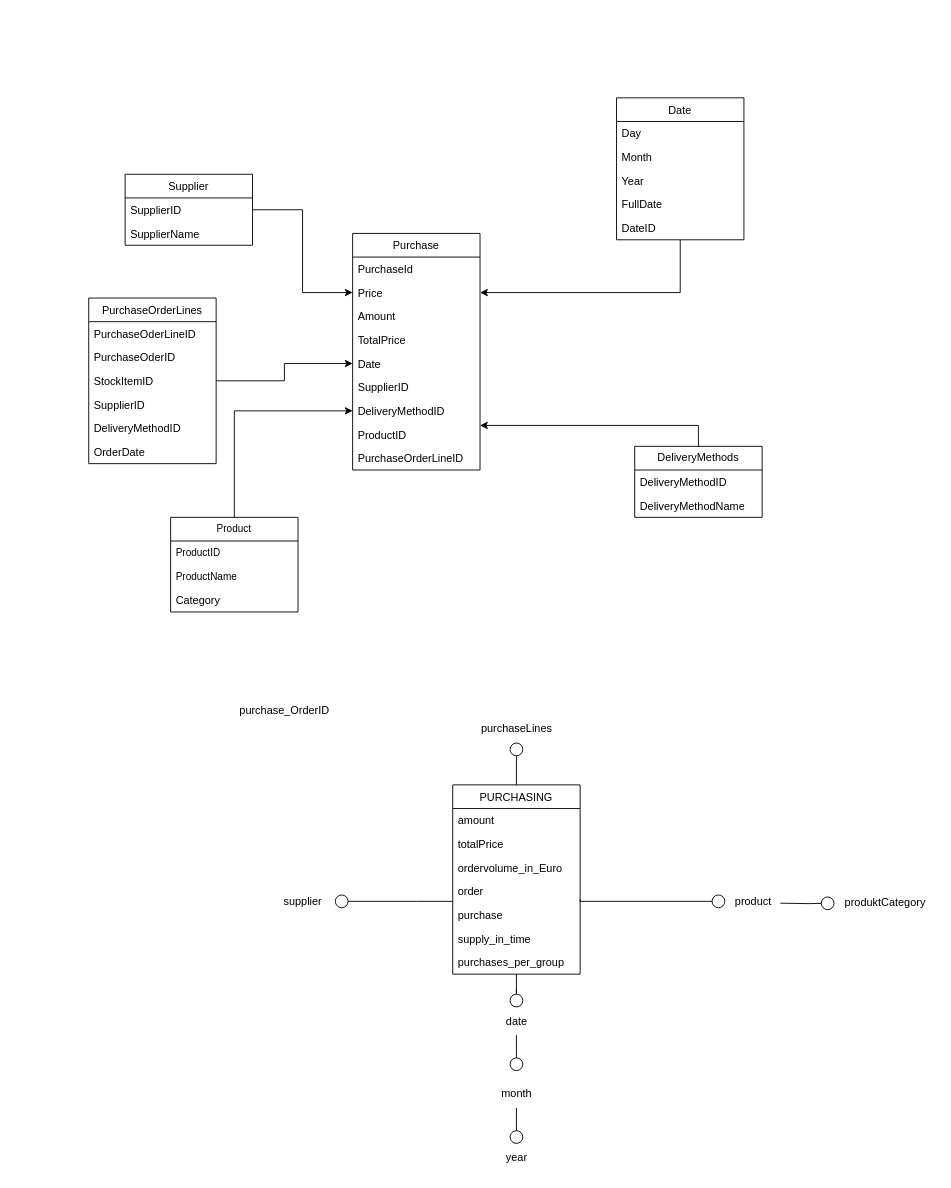
Above: page "Einkauf" (6 of 7) of Datenbankmodell_Abgabe_neu.drawio in Lukas313/PR-DKE (draw.io), before the change. Source tidied: cells renumbered, new cells numbered last; positions are measured from the earlier drawing's top-left corner, leaving out a move shared by most shapes. Both pictures are drawn from the tidied source at 91%, with x=0, y=0 at pixel (88, 97).
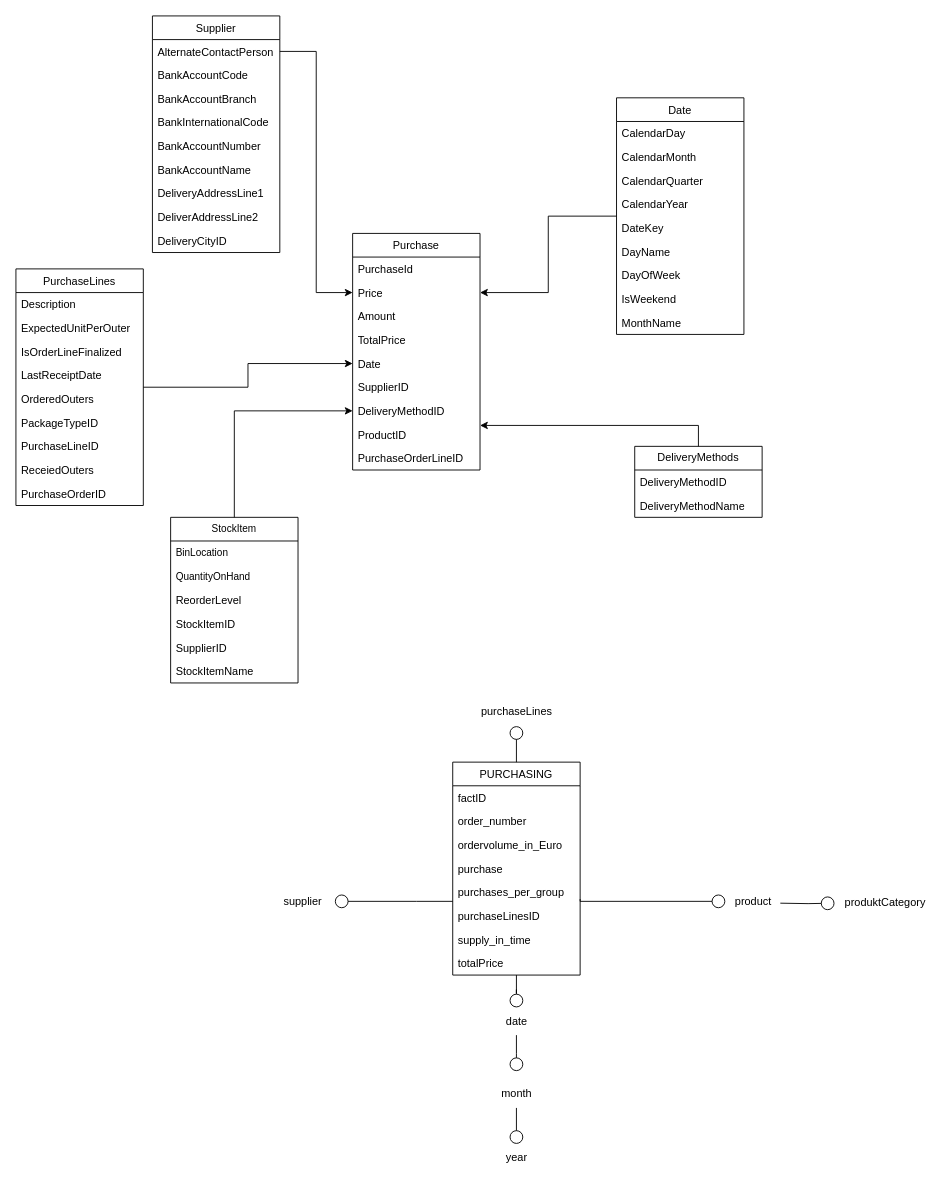
The same page after the edit.

Diff of the diagram source:
```diff
@@
-    <mxCell id="3" value="PurchaseOrderLines" style="swimlane;fontStyle=0;horizontal=1;startSize=26;fillColor=none;" parent="1" vertex="1">
-      <mxGeometry y="220" width="140" height="182" as="geometry" />
+    <mxCell id="3" value="PurchaseLines" style="swimlane;fontStyle=0;horizontal=1;startSize=26;fillColor=none;" parent="1" vertex="1">
+      <mxGeometry x="-80" y="188" width="140" height="260" as="geometry" />
     </mxCell>
-    <mxCell id="4" value="PurchaseOderLineID" style="text;strokeColor=none;fillColor=none;align=left;verticalAlign=top;spacingLeft=4;spacingRight=4;overflow=hidden;" parent="3" vertex="1">
+    <mxCell id="4" value="Description" style="text;strokeColor=none;fillColor=none;align=left;verticalAlign=top;spacingLeft=4;spacingRight=4;overflow=hidden;" parent="3" vertex="1">
       <mxGeometry y="26" width="140" height="26" as="geometry" />
     </mxCell>
-    <mxCell id="5" value="PurchaseOderID" style="text;strokeColor=none;fillColor=none;align=left;verticalAlign=top;spacingLeft=4;spacingRight=4;overflow=hidden;" parent="3" vertex="1">
+    <mxCell id="5" value="ExpectedUnitPerOuter" style="text;strokeColor=none;fillColor=none;align=left;verticalAlign=top;spacingLeft=4;spacingRight=4;overflow=hidden;" parent="3" vertex="1">
       <mxGeometry y="52" width="140" height="26" as="geometry" />
     </mxCell>
-    <mxCell id="6" value="StockItemID" style="text;strokeColor=none;fillColor=none;align=left;verticalAlign=top;spacingLeft=4;spacingRight=4;overflow=hidden;" parent="3" vertex="1">
+    <mxCell id="6" value="IsOrderLineFinalized" style="text;strokeColor=none;fillColor=none;align=left;verticalAlign=top;spacingLeft=4;spacingRight=4;overflow=hidden;" parent="3" vertex="1">
       <mxGeometry y="78" width="140" height="26" as="geometry" />
     </mxCell>
-    <mxCell id="7" value="SupplierID" style="text;strokeColor=none;fillColor=none;align=left;verticalAlign=top;spacingLeft=4;spacingRight=4;overflow=hidden;" parent="3" vertex="1">
+    <mxCell id="7" value="LastReceiptDate" style="text;strokeColor=none;fillColor=none;align=left;verticalAlign=top;spacingLeft=4;spacingRight=4;overflow=hidden;" parent="3" vertex="1">
       <mxGeometry y="104" width="140" height="26" as="geometry" />
     </mxCell>
-    <mxCell id="8" value="DeliveryMethodID" style="text;strokeColor=none;fillColor=none;align=left;verticalAlign=top;spacingLeft=4;spacingRight=4;overflow=hidden;" parent="3" vertex="1">
+    <mxCell id="8" value="OrderedOuters" style="text;strokeColor=none;fillColor=none;align=left;verticalAlign=top;spacingLeft=4;spacingRight=4;overflow=hidden;" parent="3" vertex="1">
       <mxGeometry y="130" width="140" height="26" as="geometry" />
     </mxCell>
-    <mxCell id="9" value="OrderDate" style="text;strokeColor=none;fillColor=none;align=left;verticalAlign=top;spacingLeft=4;spacingRight=4;overflow=hidden;" parent="3" vertex="1">
+    <mxCell id="9" value="PackageTypeID" style="text;strokeColor=none;fillColor=none;align=left;verticalAlign=top;spacingLeft=4;spacingRight=4;overflow=hidden;" parent="3" vertex="1">
       <mxGeometry y="156" width="140" height="26" as="geometry" />
     </mxCell>
+    <mxCell id="63" value="PurchaseLineID" style="text;strokeColor=none;fillColor=none;align=left;verticalAlign=top;spacingLeft=4;spacingRight=4;overflow=hidden;" parent="3" vertex="1">
+      <mxGeometry y="182" width="140" height="26" as="geometry" />
+    </mxCell>
+    <mxCell id="64" value="ReceiedOuters" style="text;strokeColor=none;fillColor=none;align=left;verticalAlign=top;spacingLeft=4;spacingRight=4;overflow=hidden;" parent="3" vertex="1">
+      <mxGeometry y="208" width="140" height="26" as="geometry" />
+    </mxCell>
+    <mxCell id="65" value="PurchaseOrderID" style="text;strokeColor=none;fillColor=none;align=left;verticalAlign=top;spacingLeft=4;spacingRight=4;overflow=hidden;" parent="3" vertex="1">
+      <mxGeometry y="234" width="140" height="26" as="geometry" />
+    </mxCell>
     <mxCell id="10" value="Supplier" style="swimlane;fontStyle=0;horizontal=1;startSize=26;fillColor=none;" parent="1" vertex="1">
-      <mxGeometry x="40" y="84" width="140" height="78" as="geometry" />
+      <mxGeometry x="70" y="-90" width="140" height="260" as="geometry" />
     </mxCell>
-    <mxCell id="11" value="SupplierID" style="text;strokeColor=none;fillColor=none;align=left;verticalAlign=top;spacingLeft=4;spacingRight=4;overflow=hidden;points=[[0,0.5],[1,0.5]];portConstraint=eastwest;" parent="10" vertex="1">
+    <mxCell id="11" value="AlternateContactPerson" style="text;strokeColor=none;fillColor=none;align=left;verticalAlign=top;spacingLeft=4;spacingRight=4;overflow=hidden;points=[[0,0.5],[1,0.5]];portConstraint=eastwest;" parent="10" vertex="1">
       <mxGeometry y="26" width="140" height="26" as="geometry" />
     </mxCell>
+    <mxCell id="66" value="BankAccountCode" style="text;strokeColor=none;fillColor=none;align=left;verticalAlign=top;spacingLeft=4;spacingRight=4;overflow=hidden;" parent="10" vertex="1">
+      <mxGeometry y="52" width="140" height="26" as="geometry" />
+    </mxCell>
-    <mxCell id="12" value="SupplierName" style="text;strokeColor=none;fillColor=none;align=left;verticalAlign=top;spacingLeft=4;spacingRight=4;overflow=hidden;" parent="10" vertex="1">
-      <mxGeometry y="52" width="140" height="26" as="geometry" />
+    <mxCell id="12" value="BankAccountBranch" style="text;strokeColor=none;fillColor=none;align=left;verticalAlign=top;spacingLeft=4;spacingRight=4;overflow=hidden;" parent="10" vertex="1">
+      <mxGeometry y="78" width="140" height="26" as="geometry" />
     </mxCell>
+    <mxCell id="67" value="BankInternationalCode" style="text;strokeColor=none;fillColor=none;align=left;verticalAlign=top;spacingLeft=4;spacingRight=4;overflow=hidden;" parent="10" vertex="1">
+      <mxGeometry y="104" width="140" height="26" as="geometry" />
+    </mxCell>
+    <mxCell id="68" value="BankAccountNumber" style="text;strokeColor=none;fillColor=none;align=left;verticalAlign=top;spacingLeft=4;spacingRight=4;overflow=hidden;" parent="10" vertex="1">
+      <mxGeometry y="130" width="140" height="26" as="geometry" />
+    </mxCell>
+    <mxCell id="69" value="BankAccountName" style="text;strokeColor=none;fillColor=none;align=left;verticalAlign=top;spacingLeft=4;spacingRight=4;overflow=hidden;" parent="10" vertex="1">
+      <mxGeometry y="156" width="140" height="26" as="geometry" />
+    </mxCell>
+    <mxCell id="70" value="DeliveryAddressLine1" style="text;strokeColor=none;fillColor=none;align=left;verticalAlign=top;spacingLeft=4;spacingRight=4;overflow=hidden;" parent="10" vertex="1">
+      <mxGeometry y="182" width="140" height="26" as="geometry" />
+    </mxCell>
+    <mxCell id="71" value="DeliverAddressLine2" style="text;strokeColor=none;fillColor=none;align=left;verticalAlign=top;spacingLeft=4;spacingRight=4;overflow=hidden;" parent="10" vertex="1">
+      <mxGeometry y="208" width="140" height="26" as="geometry" />
+    </mxCell>
+    <mxCell id="72" value="DeliveryCityID" style="text;strokeColor=none;fillColor=none;align=left;verticalAlign=top;spacingLeft=4;spacingRight=4;overflow=hidden;" parent="10" vertex="1">
+      <mxGeometry y="234" width="140" height="26" as="geometry" />
+    </mxCell>
@@
     <mxCell id="24" value="Date" style="swimlane;fontStyle=0;horizontal=1;startSize=26;fillColor=none;" parent="1" vertex="1">
-      <mxGeometry x="580" width="140" height="156" as="geometry" />
+      <mxGeometry x="580" width="140" height="260" as="geometry" />
     </mxCell>
-    <mxCell id="25" value="Day" style="text;strokeColor=none;fillColor=none;align=left;verticalAlign=top;spacingLeft=4;spacingRight=4;overflow=hidden;" parent="24" vertex="1">
+    <mxCell id="25" value="CalendarDay" style="text;strokeColor=none;fillColor=none;align=left;verticalAlign=top;spacingLeft=4;spacingRight=4;overflow=hidden;" parent="24" vertex="1">
       <mxGeometry y="26" width="140" height="26" as="geometry" />
     </mxCell>
-    <mxCell id="26" value="Month" style="text;strokeColor=none;fillColor=none;align=left;verticalAlign=top;spacingLeft=4;spacingRight=4;overflow=hidden;" parent="24" vertex="1">
+    <mxCell id="26" value="CalendarMonth" style="text;strokeColor=none;fillColor=none;align=left;verticalAlign=top;spacingLeft=4;spacingRight=4;overflow=hidden;" parent="24" vertex="1">
       <mxGeometry y="52" width="140" height="26" as="geometry" />
     </mxCell>
+    <mxCell id="73" value="CalendarQuarter" style="text;strokeColor=none;fillColor=none;align=left;verticalAlign=top;spacingLeft=4;spacingRight=4;overflow=hidden;" parent="24" vertex="1">
+      <mxGeometry y="78" width="140" height="26" as="geometry" />
+    </mxCell>
-    <mxCell id="27" value="Year" style="text;strokeColor=none;fillColor=none;align=left;verticalAlign=top;spacingLeft=4;spacingRight=4;overflow=hidden;" parent="24" vertex="1">
-      <mxGeometry y="78" width="140" height="26" as="geometry" />
+    <mxCell id="27" value="CalendarYear" style="text;strokeColor=none;fillColor=none;align=left;verticalAlign=top;spacingLeft=4;spacingRight=4;overflow=hidden;" parent="24" vertex="1">
+      <mxGeometry y="104" width="140" height="26" as="geometry" />
     </mxCell>
-    <mxCell id="28" value="FullDate" style="text;strokeColor=none;fillColor=none;align=left;verticalAlign=top;spacingLeft=4;spacingRight=4;overflow=hidden;" parent="24" vertex="1">
-      <mxGeometry y="104" width="140" height="26" as="geometry" />
+    <mxCell id="28" value="DateKey" style="text;strokeColor=none;fillColor=none;align=left;verticalAlign=top;spacingLeft=4;spacingRight=4;overflow=hidden;" parent="24" vertex="1">
+      <mxGeometry y="130" width="140" height="26" as="geometry" />
     </mxCell>
-    <mxCell id="29" value="DateID" style="text;strokeColor=none;fillColor=none;align=left;verticalAlign=top;spacingLeft=4;spacingRight=4;overflow=hidden;" parent="24" vertex="1">
-      <mxGeometry y="130" width="140" height="26" as="geometry" />
+    <mxCell id="29" value="DayName" style="text;strokeColor=none;fillColor=none;align=left;verticalAlign=top;spacingLeft=4;spacingRight=4;overflow=hidden;" parent="24" vertex="1">
+      <mxGeometry y="156" width="140" height="26" as="geometry" />
     </mxCell>
+    <mxCell id="74" value="DayOfWeek" style="text;strokeColor=none;fillColor=none;align=left;verticalAlign=top;spacingLeft=4;spacingRight=4;overflow=hidden;" parent="24" vertex="1">
+      <mxGeometry y="182" width="140" height="26" as="geometry" />
+    </mxCell>
+    <mxCell id="75" value="IsWeekend" style="text;strokeColor=none;fillColor=none;align=left;verticalAlign=top;spacingLeft=4;spacingRight=4;overflow=hidden;" parent="24" vertex="1">
+      <mxGeometry y="208" width="140" height="26" as="geometry" />
+    </mxCell>
+    <mxCell id="76" value="MonthName" style="text;strokeColor=none;fillColor=none;align=left;verticalAlign=top;spacingLeft=4;spacingRight=4;overflow=hidden;" parent="24" vertex="1">
+      <mxGeometry y="234" width="140" height="26" as="geometry" />
+    </mxCell>
@@
     <mxCell id="31" value="PURCHASING" style="swimlane;fontStyle=0;horizontal=1;startSize=26;fillColor=none;" parent="1" vertex="1">
-      <mxGeometry x="400" y="755" width="140" height="208" as="geometry" />
+      <mxGeometry x="400" y="730" width="140" height="234" as="geometry" />
     </mxCell>
+    <mxCell id="77" value="factID" style="text;strokeColor=none;fillColor=none;align=left;verticalAlign=top;spacingLeft=4;spacingRight=4;overflow=hidden;" parent="31" vertex="1">
+      <mxGeometry y="26" width="140" height="26" as="geometry" />
+    </mxCell>
-    <mxCell id="32" value="amount   " style="text;strokeColor=none;fillColor=none;align=left;verticalAlign=top;spacingLeft=4;spacingRight=4;overflow=hidden;" parent="31" vertex="1">
-      <mxGeometry y="26" width="140" height="26" as="geometry" />
+    <mxCell id="32" value="order_number" style="text;strokeColor=none;fillColor=none;align=left;verticalAlign=top;spacingLeft=4;spacingRight=4;overflow=hidden;" parent="31" vertex="1">
+      <mxGeometry y="52" width="140" height="26" as="geometry" />
     </mxCell>
-    <mxCell id="33" value="totalPrice" style="text;strokeColor=none;fillColor=none;align=left;verticalAlign=top;spacingLeft=4;spacingRight=4;overflow=hidden;" parent="31" vertex="1">
-      <mxGeometry y="52" width="140" height="26" as="geometry" />
-    </mxCell>
@@
+    <mxCell id="36" value="purchase" style="text;strokeColor=none;fillColor=none;align=left;verticalAlign=top;spacingLeft=4;spacingRight=4;overflow=hidden;" parent="31" vertex="1">
+      <mxGeometry y="104" width="140" height="26" as="geometry" />
+    </mxCell>
+    <mxCell id="38" value="purchases_per_group" style="text;strokeColor=none;fillColor=none;align=left;verticalAlign=top;spacingLeft=4;spacingRight=4;overflow=hidden;" parent="31" vertex="1">
+      <mxGeometry y="130" width="140" height="26" as="geometry" />
+    </mxCell>
+    <mxCell id="78" value="purchaseLinesID" style="text;strokeColor=none;fillColor=none;align=left;verticalAlign=top;spacingLeft=4;spacingRight=4;overflow=hidden;" parent="31" vertex="1">
+      <mxGeometry y="156" width="140" height="26" as="geometry" />
+    </mxCell>
+    <mxCell id="37" value="supply_in_time" style="text;strokeColor=none;fillColor=none;align=left;verticalAlign=top;spacingLeft=4;spacingRight=4;overflow=hidden;" parent="31" vertex="1">
+      <mxGeometry y="182" width="140" height="26" as="geometry" />
+    </mxCell>
-    <mxCell id="35" value="order" style="text;strokeColor=none;fillColor=none;align=left;verticalAlign=top;spacingLeft=4;spacingRight=4;overflow=hidden;" parent="31" vertex="1">
-      <mxGeometry y="104" width="140" height="26" as="geometry" />
+    <mxCell id="35" value="totalPrice" style="text;strokeColor=none;fillColor=none;align=left;verticalAlign=top;spacingLeft=4;spacingRight=4;overflow=hidden;" parent="31" vertex="1">
+      <mxGeometry y="208" width="140" height="26" as="geometry" />
     </mxCell>
-    <mxCell id="36" value="purchase" style="text;strokeColor=none;fillColor=none;align=left;verticalAlign=top;spacingLeft=4;spacingRight=4;overflow=hidden;" parent="31" vertex="1">
-      <mxGeometry y="130" width="140" height="26" as="geometry" />
-    </mxCell>
-    <mxCell id="37" value="supply_in_time" style="text;strokeColor=none;fillColor=none;align=left;verticalAlign=top;spacingLeft=4;spacingRight=4;overflow=hidden;" parent="31" vertex="1">
-      <mxGeometry y="156" width="140" height="26" as="geometry" />
-    </mxCell>
-    <mxCell id="38" value="purchases_per_group" style="text;strokeColor=none;fillColor=none;align=left;verticalAlign=top;spacingLeft=4;spacingRight=4;overflow=hidden;" parent="31" vertex="1">
-      <mxGeometry y="182" width="140" height="26" as="geometry" />
-    </mxCell>
@@
     <mxCell id="49" value="purchaseLines" style="text;html=1;align=center;verticalAlign=middle;points=[];strokeColor=none;fillColor=none;" parent="1" vertex="1">
-      <mxGeometry x="420" y="678" width="100" height="30" as="geometry" />
+      <mxGeometry x="420" y="660" width="100" height="30" as="geometry" />
     </mxCell>
@@
-    <mxCell id="52" value="purchase_OrderID" style="text;strokeColor=none;fillColor=none;align=left;verticalAlign=top;spacingLeft=4;spacingRight=4;overflow=hidden;" parent="1" vertex="1">
-      <mxGeometry x="160" y="660" width="140" height="26" as="geometry" />
-    </mxCell>
@@
-    <mxCell id="59" value="Product" style="swimlane;fontStyle=0;horizontal=1;startSize=26;fillColor=none;whiteSpace=wrap;html=1;fontFamily=Helvetica;fontSize=11;fontColor=default;" parent="1" vertex="1">
-      <mxGeometry x="90" y="461" width="140" height="104" as="geometry" />
+    <mxCell id="59" value="StockItem" style="swimlane;fontStyle=0;horizontal=1;startSize=26;fillColor=none;whiteSpace=wrap;html=1;fontFamily=Helvetica;fontSize=11;fontColor=default;" parent="1" vertex="1">
+      <mxGeometry x="90" y="461" width="140" height="182" as="geometry" />
     </mxCell>
-    <mxCell id="60" value="ProductID" style="text;strokeColor=none;fillColor=none;align=left;verticalAlign=top;spacingLeft=4;spacingRight=4;overflow=hidden;whiteSpace=wrap;html=1;fontSize=11;fontFamily=Helvetica;fontColor=default;" parent="59" vertex="1">
+    <mxCell id="60" value="BinLocation" style="text;strokeColor=none;fillColor=none;align=left;verticalAlign=top;spacingLeft=4;spacingRight=4;overflow=hidden;whiteSpace=wrap;html=1;fontSize=11;fontFamily=Helvetica;fontColor=default;" parent="59" vertex="1">
       <mxGeometry y="26" width="140" height="26" as="geometry" />
     </mxCell>
-    <mxCell id="61" value="ProductName" style="text;strokeColor=none;fillColor=none;align=left;verticalAlign=top;spacingLeft=4;spacingRight=4;overflow=hidden;whiteSpace=wrap;html=1;fontSize=11;fontFamily=Helvetica;fontColor=default;" parent="59" vertex="1">
+    <mxCell id="61" value="QuantityOnHand" style="text;strokeColor=none;fillColor=none;align=left;verticalAlign=top;spacingLeft=4;spacingRight=4;overflow=hidden;whiteSpace=wrap;html=1;fontSize=11;fontFamily=Helvetica;fontColor=default;" parent="59" vertex="1">
       <mxGeometry y="52" width="140" height="26" as="geometry" />
     </mxCell>
-    <mxCell id="62" value="Category" style="text;strokeColor=none;fillColor=none;align=left;verticalAlign=top;spacingLeft=4;spacingRight=4;overflow=hidden;" parent="59" vertex="1">
+    <mxCell id="62" value="ReorderLevel" style="text;strokeColor=none;fillColor=none;align=left;verticalAlign=top;spacingLeft=4;spacingRight=4;overflow=hidden;" parent="59" vertex="1">
       <mxGeometry y="78" width="140" height="26" as="geometry" />
     </mxCell>
+    <mxCell id="79" value="StockItemID" style="text;strokeColor=none;fillColor=none;align=left;verticalAlign=top;spacingLeft=4;spacingRight=4;overflow=hidden;" parent="59" vertex="1">
+      <mxGeometry y="104" width="140" height="26" as="geometry" />
+    </mxCell>
+    <mxCell id="80" value="SupplierID" style="text;strokeColor=none;fillColor=none;align=left;verticalAlign=top;spacingLeft=4;spacingRight=4;overflow=hidden;" parent="59" vertex="1">
+      <mxGeometry y="130" width="140" height="26" as="geometry" />
+    </mxCell>
+    <mxCell id="81" value="StockItemName" style="text;strokeColor=none;fillColor=none;align=left;verticalAlign=top;spacingLeft=4;spacingRight=4;overflow=hidden;" parent="59" vertex="1">
+      <mxGeometry y="156" width="140" height="26" as="geometry" />
+    </mxCell>
```
